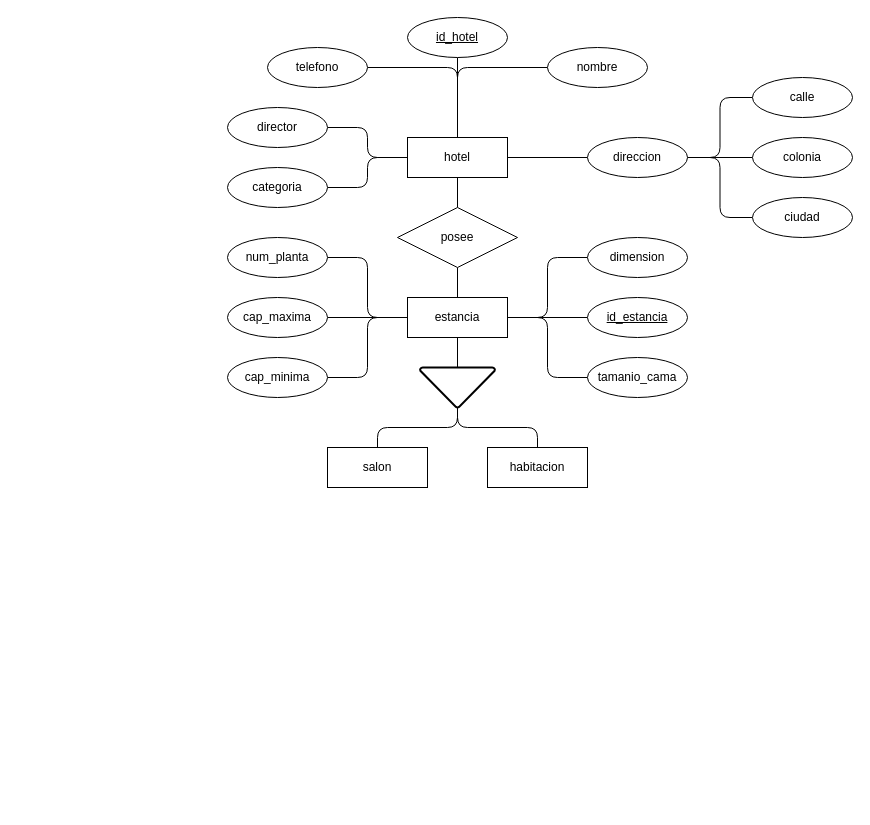
Before: Activity-2.8.drawio in xmr-p/DatabaseCharts, a draw.io diagram. Source tidied: cells renumbered, new cells numbered last; positions are measured from the earlier drawing's top-left corner, leaving out a move shared by most shapes. Both pictures are drawn from the tidied source at 100%, with x=0, y=0 at pixel (227, 17).
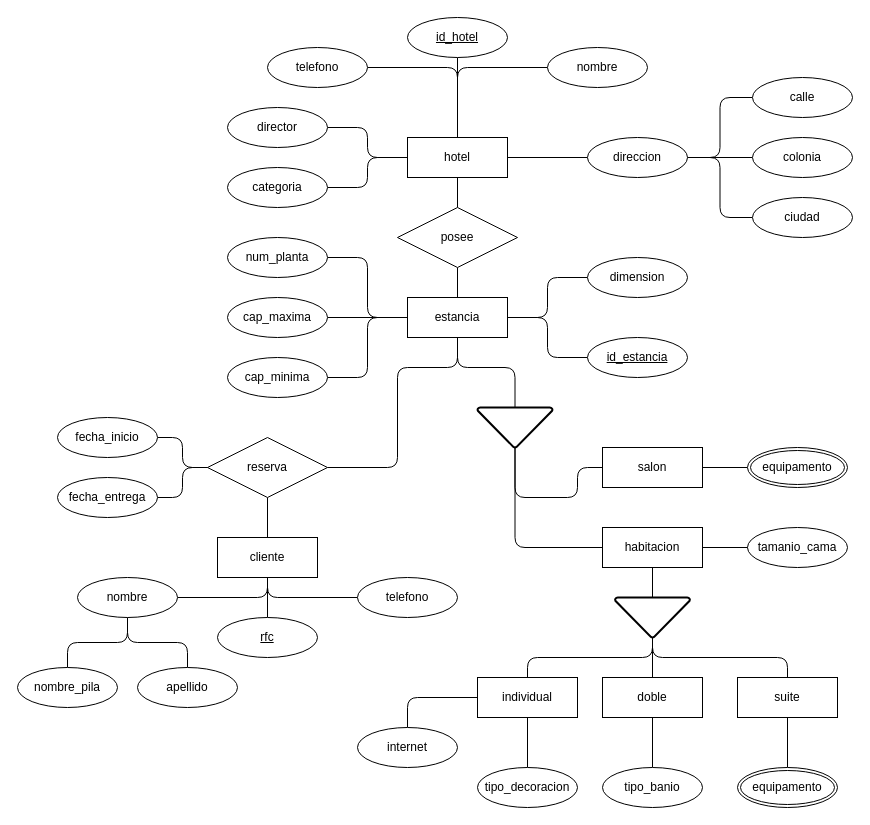
The same page after the edit.

Unchanged cells that the change refers to:
```xml
<mxCell id="24" value="estancia" style="whiteSpace=wrap;html=1;align=center;" parent="1" vertex="1">
  <mxGeometry x="180" y="280" width="100" height="40" as="geometry" />
</mxCell>
```

The edit, as a diff of the source:
```diff
@@
-    <mxCell id="23" style="edgeStyle=orthogonalEdgeStyle;rounded=1;jettySize=auto;html=1;exitX=1;exitY=0.5;exitDx=0;exitDy=0;entryX=0;entryY=0.5;entryDx=0;entryDy=0;curved=0;endArrow=none;endFill=0;" parent="1" edge="1" source="24" target="30">
-      <mxGeometry relative="1" as="geometry" />
-    </mxCell>
@@
     <mxCell id="28" value="id_estancia" style="ellipse;whiteSpace=wrap;html=1;align=center;fontStyle=4;" parent="1" vertex="1">
-      <mxGeometry x="360" y="280" width="100" height="40" as="geometry" />
+      <mxGeometry x="360" y="320" width="100" height="40" as="geometry" />
     </mxCell>
     <mxCell id="29" value="dimension" style="ellipse;whiteSpace=wrap;html=1;align=center;" parent="1" vertex="1">
-      <mxGeometry x="360" y="220" width="100" height="40" as="geometry" />
+      <mxGeometry x="360" y="240" width="100" height="40" as="geometry" />
     </mxCell>
     <mxCell id="30" value="tamanio_cama" style="ellipse;whiteSpace=wrap;html=1;align=center;" parent="1" vertex="1">
-      <mxGeometry x="360" y="340" width="100" height="40" as="geometry" />
+      <mxGeometry x="520" y="510" width="100" height="40" as="geometry" />
     </mxCell>
@@
+    <mxCell id="43" style="edgeStyle=orthogonalEdgeStyle;rounded=1;jettySize=auto;html=1;exitX=0.5;exitY=1;exitDx=0;exitDy=0;exitPerimeter=0;entryX=0;entryY=0.5;entryDx=0;entryDy=0;curved=0;endArrow=none;endFill=0;" parent="1" edge="1" source="37" target="39">
+      <mxGeometry relative="1" as="geometry" />
+    </mxCell>
+    <mxCell id="44" style="edgeStyle=orthogonalEdgeStyle;rounded=1;jettySize=auto;html=1;exitX=0.5;exitY=1;exitDx=0;exitDy=0;exitPerimeter=0;entryX=0;entryY=0.5;entryDx=0;entryDy=0;curved=0;endArrow=none;endFill=0;" parent="1" edge="1" source="37" target="40">
+      <mxGeometry relative="1" as="geometry">
+        <Array as="points">
+          <mxPoint x="288" y="480" />
+          <mxPoint x="350" y="480" />
+          <mxPoint x="350" y="450" />
+        </Array>
+      </mxGeometry>
+    </mxCell>
     <mxCell id="37" style="strokeWidth=2;html=1;shape=mxgraph.flowchart.merge_or_storage;whiteSpace=wrap;" parent="1" vertex="1">
-      <mxGeometry x="192.5" y="350" width="75" height="40" as="geometry" />
+      <mxGeometry x="250" y="390" width="75" height="40" as="geometry" />
     </mxCell>
     <mxCell id="38" style="edgeStyle=orthogonalEdgeStyle;rounded=1;jettySize=auto;html=1;exitX=0.5;exitY=1;exitDx=0;exitDy=0;entryX=0.5;entryY=0;entryDx=0;entryDy=0;entryPerimeter=0;curved=0;endArrow=none;endFill=0;" parent="1" edge="1" source="24" target="37">
-      <mxGeometry relative="1" as="geometry" />
+      <mxGeometry relative="1" as="geometry">
+        <Array as="points">
+          <mxPoint x="230" y="350" />
+          <mxPoint x="288" y="350" />
+        </Array>
+      </mxGeometry>
     </mxCell>
+    <mxCell id="45" style="edgeStyle=orthogonalEdgeStyle;rounded=1;jettySize=auto;html=1;exitX=1;exitY=0.5;exitDx=0;exitDy=0;entryX=0;entryY=0.5;entryDx=0;entryDy=0;curved=0;endArrow=none;endFill=0;" parent="1" edge="1" source="39" target="30">
+      <mxGeometry relative="1" as="geometry" />
+    </mxCell>
     <mxCell id="39" value="habitacion" style="whiteSpace=wrap;html=1;align=center;" parent="1" vertex="1">
-      <mxGeometry x="260" y="430" width="100" height="40" as="geometry" />
+      <mxGeometry x="375" y="510" width="100" height="40" as="geometry" />
     </mxCell>
+    <mxCell id="46" style="edgeStyle=orthogonalEdgeStyle;rounded=1;jettySize=auto;html=1;exitX=1;exitY=0.5;exitDx=0;exitDy=0;entryX=0;entryY=0.5;entryDx=0;entryDy=0;curved=0;endArrow=none;endFill=0;" parent="1" edge="1" source="40" target="47">
+      <mxGeometry relative="1" as="geometry" />
+    </mxCell>
     <mxCell id="40" value="salon" style="whiteSpace=wrap;html=1;align=center;" parent="1" vertex="1">
-      <mxGeometry x="100" y="430" width="100" height="40" as="geometry" />
+      <mxGeometry x="375" y="430" width="100" height="40" as="geometry" />
     </mxCell>
-    <mxCell id="41" style="edgeStyle=orthogonalEdgeStyle;rounded=1;jettySize=auto;html=1;exitX=0.5;exitY=0;exitDx=0;exitDy=0;entryX=0.5;entryY=1;entryDx=0;entryDy=0;entryPerimeter=0;curved=0;endArrow=none;endFill=0;" parent="1" edge="1" source="40" target="37">
-      <mxGeometry relative="1" as="geometry" />
-    </mxCell>
-    <mxCell id="42" style="edgeStyle=orthogonalEdgeStyle;rounded=1;jettySize=auto;html=1;exitX=0.5;exitY=0;exitDx=0;exitDy=0;entryX=0.5;entryY=1;entryDx=0;entryDy=0;entryPerimeter=0;curved=0;endArrow=none;endFill=0;" parent="1" edge="1" source="39" target="37">
-      <mxGeometry relative="1" as="geometry" />
-    </mxCell>
+    <mxCell id="47" value="equipamento" style="ellipse;shape=doubleEllipse;margin=3;whiteSpace=wrap;html=1;align=center;" parent="1" vertex="1">
+      <mxGeometry x="520" y="430" width="100" height="40" as="geometry" />
+    </mxCell>
+    <mxCell id="48" style="edgeStyle=orthogonalEdgeStyle;rounded=1;jettySize=auto;html=1;exitX=0.5;exitY=1;exitDx=0;exitDy=0;exitPerimeter=0;entryX=0.5;entryY=0;entryDx=0;entryDy=0;curved=0;endArrow=none;endFill=0;" parent="1" edge="1" source="51" target="52">
+      <mxGeometry relative="1" as="geometry" />
+    </mxCell>
+    <mxCell id="49" style="edgeStyle=orthogonalEdgeStyle;rounded=1;jettySize=auto;html=1;exitX=0.5;exitY=1;exitDx=0;exitDy=0;exitPerimeter=0;entryX=0.5;entryY=0;entryDx=0;entryDy=0;curved=0;endArrow=none;endFill=0;" parent="1" edge="1" source="51" target="54">
+      <mxGeometry relative="1" as="geometry" />
+    </mxCell>
+    <mxCell id="50" style="edgeStyle=orthogonalEdgeStyle;rounded=1;jettySize=auto;html=1;exitX=0.5;exitY=1;exitDx=0;exitDy=0;exitPerimeter=0;entryX=0.5;entryY=0;entryDx=0;entryDy=0;endArrow=none;endFill=0;curved=0;" parent="1" edge="1" source="51" target="53">
+      <mxGeometry relative="1" as="geometry" />
+    </mxCell>
+    <mxCell id="51" style="strokeWidth=2;html=1;shape=mxgraph.flowchart.merge_or_storage;whiteSpace=wrap;" parent="1" vertex="1">
+      <mxGeometry x="387.5" y="580" width="75" height="40" as="geometry" />
+    </mxCell>
+    <mxCell id="52" value="individual" style="whiteSpace=wrap;html=1;align=center;" parent="1" vertex="1">
+      <mxGeometry x="250" y="660" width="100" height="40" as="geometry" />
+    </mxCell>
+    <mxCell id="53" value="suite" style="whiteSpace=wrap;html=1;align=center;" parent="1" vertex="1">
+      <mxGeometry x="510" y="660" width="100" height="40" as="geometry" />
+    </mxCell>
+    <mxCell id="54" value="doble" style="whiteSpace=wrap;html=1;align=center;" parent="1" vertex="1">
+      <mxGeometry x="375" y="660" width="100" height="40" as="geometry" />
+    </mxCell>
+    <mxCell id="55" style="edgeStyle=orthogonalEdgeStyle;rounded=1;jettySize=auto;html=1;exitX=0.5;exitY=1;exitDx=0;exitDy=0;entryX=0.5;entryY=0;entryDx=0;entryDy=0;entryPerimeter=0;curved=0;endArrow=none;endFill=0;" parent="1" edge="1" source="39" target="51">
+      <mxGeometry relative="1" as="geometry" />
+    </mxCell>
+    <mxCell id="56" style="edgeStyle=orthogonalEdgeStyle;rounded=1;jettySize=auto;html=1;exitX=0.5;exitY=0;exitDx=0;exitDy=0;entryX=0.5;entryY=1;entryDx=0;entryDy=0;curved=0;endArrow=none;endFill=0;" parent="1" edge="1" source="57" target="53">
+      <mxGeometry relative="1" as="geometry" />
+    </mxCell>
+    <mxCell id="57" value="equipamento" style="ellipse;shape=doubleEllipse;margin=3;whiteSpace=wrap;html=1;align=center;" parent="1" vertex="1">
+      <mxGeometry x="510" y="750" width="100" height="40" as="geometry" />
+    </mxCell>
+    <mxCell id="58" style="edgeStyle=orthogonalEdgeStyle;rounded=1;jettySize=auto;html=1;exitX=0.5;exitY=0;exitDx=0;exitDy=0;entryX=0;entryY=0.5;entryDx=0;entryDy=0;curved=0;endArrow=none;endFill=0;" parent="1" edge="1" source="59" target="52">
+      <mxGeometry relative="1" as="geometry" />
+    </mxCell>
+    <mxCell id="59" value="internet" style="ellipse;whiteSpace=wrap;html=1;align=center;" parent="1" vertex="1">
+      <mxGeometry x="130" y="710" width="100" height="40" as="geometry" />
+    </mxCell>
+    <mxCell id="60" style="edgeStyle=orthogonalEdgeStyle;rounded=1;jettySize=auto;html=1;exitX=0.5;exitY=0;exitDx=0;exitDy=0;entryX=0.5;entryY=1;entryDx=0;entryDy=0;curved=0;endArrow=none;endFill=0;" parent="1" edge="1" source="61" target="52">
+      <mxGeometry relative="1" as="geometry" />
+    </mxCell>
+    <mxCell id="61" value="tipo_decoracion" style="ellipse;whiteSpace=wrap;html=1;align=center;" parent="1" vertex="1">
+      <mxGeometry x="250" y="750" width="100" height="40" as="geometry" />
+    </mxCell>
+    <mxCell id="62" style="edgeStyle=orthogonalEdgeStyle;rounded=1;jettySize=auto;html=1;exitX=0.5;exitY=0;exitDx=0;exitDy=0;entryX=0.5;entryY=1;entryDx=0;entryDy=0;curved=0;endArrow=none;endFill=0;" parent="1" edge="1" source="63" target="54">
+      <mxGeometry relative="1" as="geometry" />
+    </mxCell>
+    <mxCell id="63" value="tipo_banio" style="ellipse;whiteSpace=wrap;html=1;align=center;" parent="1" vertex="1">
+      <mxGeometry x="375" y="750" width="100" height="40" as="geometry" />
+    </mxCell>
+    <mxCell id="64" value="cliente" style="whiteSpace=wrap;html=1;align=center;" parent="1" vertex="1">
+      <mxGeometry x="-10" y="520" width="100" height="40" as="geometry" />
+    </mxCell>
+    <mxCell id="65" style="edgeStyle=orthogonalEdgeStyle;rounded=1;jettySize=auto;html=1;exitX=1;exitY=0.5;exitDx=0;exitDy=0;entryX=0.5;entryY=1;entryDx=0;entryDy=0;curved=0;endArrow=none;endFill=0;" parent="1" edge="1" source="67" target="24">
+      <mxGeometry relative="1" as="geometry">
+        <Array as="points">
+          <mxPoint x="170" y="450" />
+          <mxPoint x="170" y="350" />
+          <mxPoint x="230" y="350" />
+        </Array>
+      </mxGeometry>
+    </mxCell>
+    <mxCell id="66" style="edgeStyle=orthogonalEdgeStyle;rounded=1;jettySize=auto;html=1;exitX=0.5;exitY=1;exitDx=0;exitDy=0;entryX=0.5;entryY=0;entryDx=0;entryDy=0;curved=0;endArrow=none;endFill=0;" parent="1" edge="1" source="67" target="64">
+      <mxGeometry relative="1" as="geometry" />
+    </mxCell>
+    <mxCell id="67" value="reserva" style="shape=rhombus;perimeter=rhombusPerimeter;whiteSpace=wrap;html=1;align=center;" parent="1" vertex="1">
+      <mxGeometry x="-20" y="420" width="120" height="60" as="geometry" />
+    </mxCell>
+    <mxCell id="68" style="edgeStyle=orthogonalEdgeStyle;rounded=1;jettySize=auto;html=1;exitX=1;exitY=0.5;exitDx=0;exitDy=0;entryX=0;entryY=0.5;entryDx=0;entryDy=0;curved=0;endArrow=none;endFill=0;" parent="1" edge="1" source="69" target="67">
+      <mxGeometry relative="1" as="geometry" />
+    </mxCell>
+    <mxCell id="69" value="fecha_entrega" style="ellipse;whiteSpace=wrap;html=1;align=center;" parent="1" vertex="1">
+      <mxGeometry x="-170" y="460" width="100" height="40" as="geometry" />
+    </mxCell>
+    <mxCell id="70" style="edgeStyle=orthogonalEdgeStyle;rounded=1;jettySize=auto;html=1;exitX=1;exitY=0.5;exitDx=0;exitDy=0;entryX=0;entryY=0.5;entryDx=0;entryDy=0;curved=0;endArrow=none;endFill=0;" parent="1" edge="1" source="71" target="67">
+      <mxGeometry relative="1" as="geometry" />
+    </mxCell>
+    <mxCell id="71" value="fecha_inicio" style="ellipse;whiteSpace=wrap;html=1;align=center;" parent="1" vertex="1">
+      <mxGeometry x="-170" y="400" width="100" height="40" as="geometry" />
+    </mxCell>
+    <mxCell id="72" style="edgeStyle=orthogonalEdgeStyle;rounded=1;jettySize=auto;html=1;exitX=0.5;exitY=0;exitDx=0;exitDy=0;entryX=0.5;entryY=1;entryDx=0;entryDy=0;curved=0;endArrow=none;endFill=0;" parent="1" edge="1" source="73" target="64">
+      <mxGeometry relative="1" as="geometry" />
+    </mxCell>
+    <mxCell id="73" value="rfc" style="ellipse;whiteSpace=wrap;html=1;align=center;fontStyle=4;" parent="1" vertex="1">
+      <mxGeometry x="-10" y="600" width="100" height="40" as="geometry" />
+    </mxCell>
+    <mxCell id="74" style="edgeStyle=orthogonalEdgeStyle;rounded=1;jettySize=auto;html=1;exitX=0;exitY=0.5;exitDx=0;exitDy=0;entryX=0.5;entryY=1;entryDx=0;entryDy=0;curved=0;endArrow=none;endFill=0;" parent="1" edge="1" source="75" target="64">
+      <mxGeometry relative="1" as="geometry" />
+    </mxCell>
+    <mxCell id="75" value="telefono" style="ellipse;whiteSpace=wrap;html=1;align=center;" parent="1" vertex="1">
+      <mxGeometry x="130" y="560" width="100" height="40" as="geometry" />
+    </mxCell>
+    <mxCell id="76" style="edgeStyle=orthogonalEdgeStyle;rounded=1;jettySize=auto;html=1;exitX=1;exitY=0.5;exitDx=0;exitDy=0;entryX=0.5;entryY=1;entryDx=0;entryDy=0;curved=0;endArrow=none;endFill=0;" parent="1" edge="1" source="79" target="64">
+      <mxGeometry relative="1" as="geometry" />
+    </mxCell>
+    <mxCell id="77" style="edgeStyle=orthogonalEdgeStyle;rounded=1;jettySize=auto;html=1;exitX=0.5;exitY=1;exitDx=0;exitDy=0;entryX=0.5;entryY=0;entryDx=0;entryDy=0;curved=0;endArrow=none;endFill=0;" parent="1" edge="1" source="79" target="81">
+      <mxGeometry relative="1" as="geometry" />
+    </mxCell>
+    <mxCell id="78" style="edgeStyle=orthogonalEdgeStyle;rounded=1;jettySize=auto;html=1;exitX=0.5;exitY=1;exitDx=0;exitDy=0;entryX=0.5;entryY=0;entryDx=0;entryDy=0;curved=0;endArrow=none;endFill=0;" parent="1" edge="1" source="79" target="80">
+      <mxGeometry relative="1" as="geometry" />
+    </mxCell>
+    <mxCell id="79" value="nombre" style="ellipse;whiteSpace=wrap;html=1;align=center;" parent="1" vertex="1">
+      <mxGeometry x="-150" y="560" width="100" height="40" as="geometry" />
+    </mxCell>
+    <mxCell id="80" value="apellido" style="ellipse;whiteSpace=wrap;html=1;align=center;" parent="1" vertex="1">
+      <mxGeometry x="-90" y="650" width="100" height="40" as="geometry" />
+    </mxCell>
+    <mxCell id="81" value="nombre_pila" style="ellipse;whiteSpace=wrap;html=1;align=center;" parent="1" vertex="1">
+      <mxGeometry x="-210" y="650" width="100" height="40" as="geometry" />
+    </mxCell>
```
